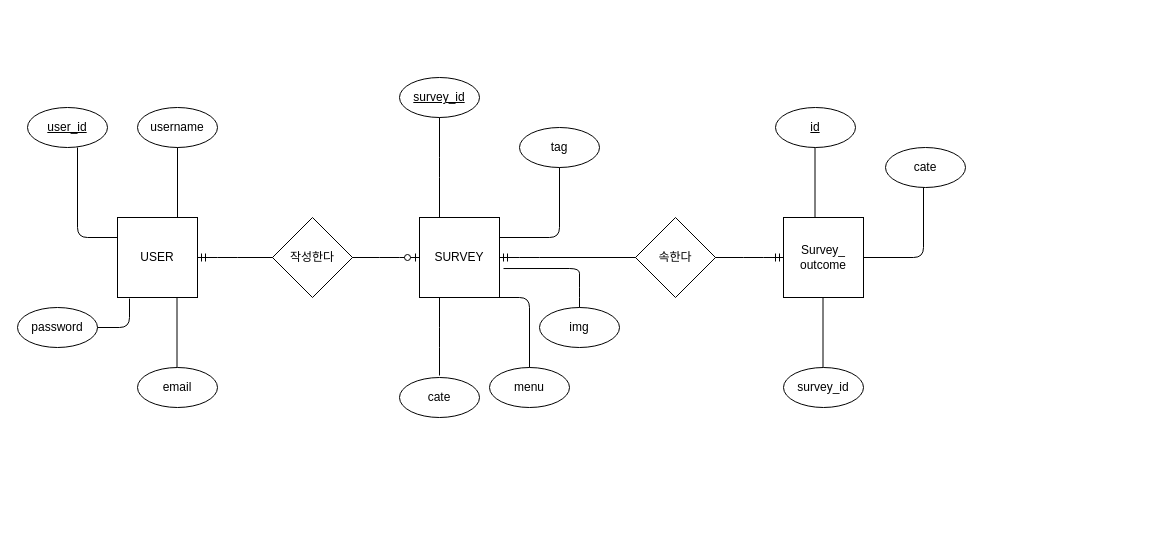
Before: Untitled Diagram.drawio in agfechoi/RSVP, a draw.io diagram. Source tidied: cells renumbered, new cells numbered last; positions are measured from the earlier drawing's top-left corner, leaving out a move shared by most shapes. Both pictures are drawn from the tidied source at 100%, with x=0, y=0 at pixel (17, 77).
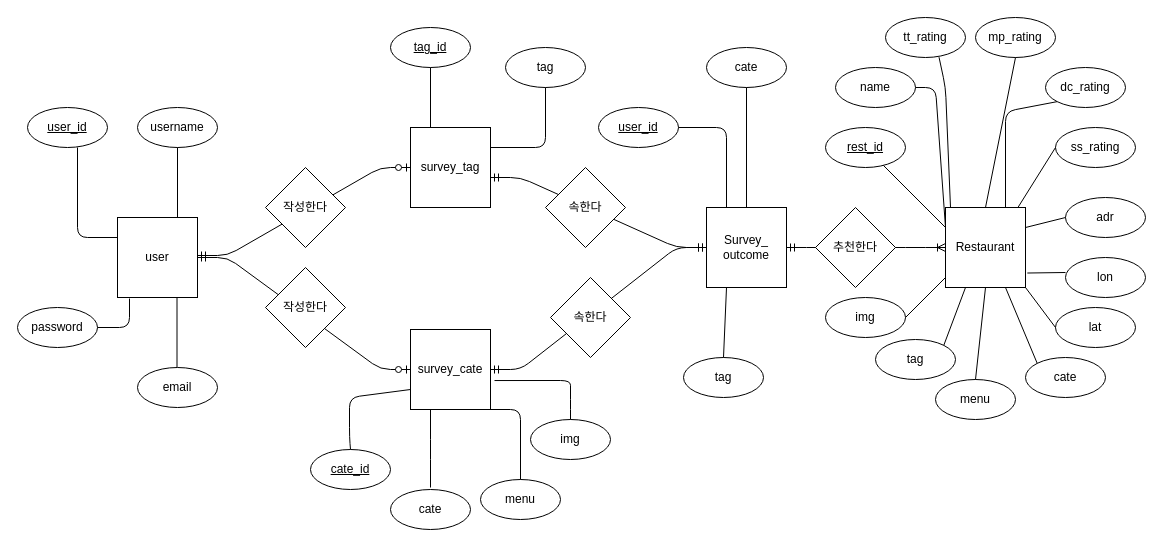
Above is the later version.

The edit, as a diff of the source:
```diff
@@
-    <mxCell id="2" value="USER" style="whiteSpace=wrap;html=1;" parent="1" vertex="1">
+    <mxCell id="2" value="user" style="whiteSpace=wrap;html=1;" parent="1" vertex="1">
       <mxGeometry x="100" y="140" width="80" height="80" as="geometry" />
     </mxCell>
-    <mxCell id="3" value="SURVEY" style="whiteSpace=wrap;html=1;" parent="1" vertex="1">
-      <mxGeometry x="402" y="140" width="80" height="80" as="geometry" />
+    <mxCell id="3" value="survey_cate" style="whiteSpace=wrap;html=1;" parent="1" vertex="1">
+      <mxGeometry x="393" y="252" width="80" height="80" as="geometry" />
     </mxCell>
-    <mxCell id="4" value="&lt;u&gt;survey_id&lt;/u&gt;" style="ellipse;whiteSpace=wrap;html=1;" parent="1" vertex="1">
-      <mxGeometry x="382" width="80" height="40" as="geometry" />
+    <mxCell id="4" value="&lt;u&gt;tag_id&lt;/u&gt;" style="ellipse;whiteSpace=wrap;html=1;" parent="1" vertex="1">
+      <mxGeometry x="373" y="-50" width="80" height="40" as="geometry" />
     </mxCell>
@@
     <mxCell id="13" value="tag" style="ellipse;whiteSpace=wrap;html=1;" parent="1" vertex="1">
-      <mxGeometry x="502" y="50" width="80" height="40" as="geometry" />
+      <mxGeometry x="488" y="-30" width="80" height="40" as="geometry" />
     </mxCell>
     <mxCell id="14" value="img" style="ellipse;whiteSpace=wrap;html=1;" parent="1" vertex="1">
-      <mxGeometry x="522" y="230" width="80" height="40" as="geometry" />
+      <mxGeometry x="513" y="342" width="80" height="40" as="geometry" />
     </mxCell>
     <mxCell id="15" value="cate" style="ellipse;whiteSpace=wrap;html=1;" parent="1" vertex="1">
-      <mxGeometry x="382" y="300" width="80" height="40" as="geometry" />
+      <mxGeometry x="373" y="412" width="80" height="40" as="geometry" />
     </mxCell>
     <mxCell id="16" value="menu" style="ellipse;whiteSpace=wrap;html=1;" parent="1" vertex="1">
-      <mxGeometry x="472" y="290" width="80" height="40" as="geometry" />
+      <mxGeometry x="463" y="402" width="80" height="40" as="geometry" />
     </mxCell>
-    <mxCell id="17" style="endArrow=none;html=1;entryX=0.5;entryY=1;entryDx=0;entryDy=0;exitX=0.25;exitY=0;exitDx=0;exitDy=0;" parent="1" edge="1" source="3" target="4">
+    <mxCell id="17" style="endArrow=none;html=1;entryX=0.5;entryY=1;entryDx=0;entryDy=0;" parent="1" edge="1" target="4">
       <mxGeometry relative="1" as="geometry">
+        <mxPoint x="413" y="60" as="sourcePoint" />
         <Array as="points">
-          <mxPoint x="422" y="90" />
+          <mxPoint x="413" y="80" />
         </Array>
       </mxGeometry>
     </mxCell>
-    <mxCell id="18" style="endArrow=none;html=1;entryX=0.5;entryY=1;entryDx=0;entryDy=0;" parent="1" edge="1" target="13">
+    <mxCell id="18" style="endArrow=none;html=1;entryX=0.5;entryY=1;entryDx=0;entryDy=0;exitX=1;exitY=0.25;exitDx=0;exitDy=0;" parent="1" edge="1" source="34" target="13">
       <mxGeometry relative="1" as="geometry">
-        <mxPoint x="482" y="160" as="sourcePoint" />
         <Array as="points">
-          <mxPoint x="542" y="160" />
+          <mxPoint x="528" y="70" />
         </Array>
       </mxGeometry>
     </mxCell>
     <mxCell id="19" style="endArrow=none;html=1;entryX=1.05;entryY=0.638;entryDx=0;entryDy=0;exitX=0.5;exitY=0;exitDx=0;exitDy=0;entryPerimeter=0;" parent="1" edge="1" source="14" target="3">
       <mxGeometry relative="1" as="geometry">
         <Array as="points">
-          <mxPoint x="562" y="210" />
-          <mxPoint x="562" y="191" />
+          <mxPoint x="553" y="322" />
+          <mxPoint x="553" y="303" />
         </Array>
       </mxGeometry>
     </mxCell>
     <mxCell id="20" style="endArrow=none;html=1;entryX=1;entryY=1;entryDx=0;entryDy=0;exitX=0.5;exitY=0;exitDx=0;exitDy=0;" parent="1" edge="1" source="16" target="3">
       <mxGeometry relative="1" as="geometry">
         <Array as="points">
-          <mxPoint x="512" y="220" />
+          <mxPoint x="503" y="332" />
         </Array>
       </mxGeometry>
     </mxCell>
     <mxCell id="21" style="endArrow=none;html=1;entryX=0.25;entryY=1;entryDx=0;entryDy=0;" parent="1" edge="1" target="3">
       <mxGeometry relative="1" as="geometry">
-        <mxPoint x="422" y="298" as="sourcePoint" />
+        <mxPoint x="413" y="410" as="sourcePoint" />
         <Array as="points">
-          <mxPoint x="422" y="260" />
+          <mxPoint x="413" y="372" />
         </Array>
       </mxGeometry>
     </mxCell>
@@
     <mxCell id="23" value="작성한다" style="rhombus;whiteSpace=wrap;html=1;strokeColor=#000000;" parent="1" vertex="1">
-      <mxGeometry x="255" y="140" width="80" height="80" as="geometry" />
+      <mxGeometry x="248" y="190" width="80" height="80" as="geometry" />
     </mxCell>
     <mxCell id="24" value="Survey_&lt;br&gt;outcome" style="whiteSpace=wrap;html=1;strokeColor=#000000;" parent="1" vertex="1">
-      <mxGeometry x="766" y="140" width="80" height="80" as="geometry" />
+      <mxGeometry x="689" y="130" width="80" height="80" as="geometry" />
     </mxCell>
@@
     <mxCell id="26" value="속한다" style="rhombus;whiteSpace=wrap;html=1;strokeColor=#000000;" parent="1" vertex="1">
-      <mxGeometry x="618" y="140" width="80" height="80" as="geometry" />
+      <mxGeometry x="533" y="200" width="80" height="80" as="geometry" />
     </mxCell>
-    <mxCell id="27" value="survey_id" style="ellipse;whiteSpace=wrap;html=1;" parent="1" vertex="1">
-      <mxGeometry x="766" y="290" width="80" height="40" as="geometry" />
+    <mxCell id="27" value="tag" style="ellipse;whiteSpace=wrap;html=1;" parent="1" vertex="1">
+      <mxGeometry x="666" y="280" width="80" height="40" as="geometry" />
     </mxCell>
     <mxCell id="28" value="cate" style="ellipse;whiteSpace=wrap;html=1;" parent="1" vertex="1">
-      <mxGeometry x="868" y="70" width="80" height="40" as="geometry" />
+      <mxGeometry x="689" y="-30" width="80" height="40" as="geometry" />
     </mxCell>
-    <mxCell id="29" value="&lt;u&gt;id&lt;/u&gt;" style="ellipse;whiteSpace=wrap;html=1;" parent="1" vertex="1">
-      <mxGeometry x="758" y="30" width="80" height="40" as="geometry" />
+    <mxCell id="29" value="&lt;u&gt;user_id&lt;/u&gt;" style="ellipse;whiteSpace=wrap;html=1;" parent="1" vertex="1">
+      <mxGeometry x="581" y="30" width="80" height="40" as="geometry" />
     </mxCell>
-    <mxCell id="30" style="endArrow=none;html=1;entryX=0.5;entryY=1;entryDx=0;entryDy=0;exitX=0.75;exitY=0;exitDx=0;exitDy=0;" parent="1" edge="1">
+    <mxCell id="30" style="endArrow=none;html=1;entryX=1;entryY=0.5;entryDx=0;entryDy=0;exitX=0.25;exitY=0;exitDx=0;exitDy=0;" parent="1" edge="1" source="24" target="29">
       <mxGeometry relative="1" as="geometry">
-        <mxPoint x="797.5" y="140" as="sourcePoint" />
-        <mxPoint x="797.5" y="70" as="targetPoint" />
+        <Array as="points">
+          <mxPoint x="709" y="50" />
+        </Array>
       </mxGeometry>
     </mxCell>
-    <mxCell id="31" style="endArrow=none;html=1;entryX=0.5;entryY=1;entryDx=0;entryDy=0;exitX=0.75;exitY=0;exitDx=0;exitDy=0;" parent="1" edge="1">
-      <mxGeometry relative="1" as="geometry">
-        <mxPoint x="805.5" y="290" as="sourcePoint" />
-        <mxPoint x="805.5" y="220" as="targetPoint" />
-      </mxGeometry>
-    </mxCell>
-    <mxCell id="32" style="endArrow=none;html=1;entryX=0.5;entryY=1;entryDx=0;entryDy=0;" parent="1" edge="1">
-      <mxGeometry relative="1" as="geometry">
-        <mxPoint x="846" y="180" as="sourcePoint" />
-        <mxPoint x="906" y="110" as="targetPoint" />
-        <Array as="points">
-          <mxPoint x="906" y="180" />
-        </Array>
-      </mxGeometry>
+    <mxCell id="32" style="endArrow=none;html=1;entryX=0.5;entryY=1;entryDx=0;entryDy=0;" parent="1" edge="1" source="24" target="28">
+      <mxGeometry relative="1" as="geometry" />
     </mxCell>
+    <mxCell id="33" style="edgeStyle=entityRelationEdgeStyle;fontSize=12;html=1;endArrow=ERzeroToOne;startArrow=ERmandOne;exitX=1;exitY=0.5;exitDx=0;exitDy=0;" parent="1" edge="1">
+      <mxGeometry relative="1" as="geometry">
+        <mxPoint x="180" y="178" as="sourcePoint" />
+        <mxPoint x="393" y="90" as="targetPoint" />
+      </mxGeometry>
+    </mxCell>
+    <mxCell id="34" value="survey_tag" style="whiteSpace=wrap;html=1;" parent="1" vertex="1">
+      <mxGeometry x="393" y="50" width="80" height="80" as="geometry" />
+    </mxCell>
+    <mxCell id="35" style="endArrow=none;html=1;entryX=0.25;entryY=1;entryDx=0;entryDy=0;exitX=0.5;exitY=0;exitDx=0;exitDy=0;" parent="1" edge="1" source="27" target="24">
+      <mxGeometry relative="1" as="geometry" />
+    </mxCell>
+    <mxCell id="36" style="edgeStyle=entityRelationEdgeStyle;fontSize=12;html=1;endArrow=ERmandOne;startArrow=ERmandOne;" parent="1" edge="1" target="24">
+      <mxGeometry relative="1" as="geometry">
+        <mxPoint x="473" y="100" as="sourcePoint" />
+      </mxGeometry>
+    </mxCell>
+    <mxCell id="37" value="속한다" style="rhombus;whiteSpace=wrap;html=1;strokeColor=#000000;" parent="1" vertex="1">
+      <mxGeometry x="528" y="90" width="80" height="80" as="geometry" />
+    </mxCell>
+    <mxCell id="38" value="작성한다" style="rhombus;whiteSpace=wrap;html=1;strokeColor=#000000;" parent="1" vertex="1">
+      <mxGeometry x="248" y="90" width="80" height="80" as="geometry" />
+    </mxCell>
+    <mxCell id="39" value="Restaurant" style="whiteSpace=wrap;html=1;strokeColor=#000000;" parent="1" vertex="1">
+      <mxGeometry x="928" y="130" width="80" height="80" as="geometry" />
+    </mxCell>
+    <mxCell id="40" value="&lt;u&gt;cate_id&lt;/u&gt;" style="ellipse;whiteSpace=wrap;html=1;" parent="1" vertex="1">
+      <mxGeometry x="293" y="372" width="80" height="40" as="geometry" />
+    </mxCell>
+    <mxCell id="41" style="endArrow=none;html=1;exitX=0.5;exitY=0;exitDx=0;exitDy=0;entryX=0;entryY=0.75;entryDx=0;entryDy=0;" parent="1" edge="1" source="40" target="3">
+      <mxGeometry relative="1" as="geometry">
+        <Array as="points">
+          <mxPoint x="332" y="360" />
+          <mxPoint x="332" y="320" />
+        </Array>
+      </mxGeometry>
+    </mxCell>
+    <mxCell id="42" style="edgeStyle=entityRelationEdgeStyle;fontSize=12;html=1;endArrow=ERoneToMany;startArrow=ERmandOne;entryX=0;entryY=0.5;entryDx=0;entryDy=0;exitX=1;exitY=0.5;exitDx=0;exitDy=0;" parent="1" edge="1" source="24" target="39">
+      <mxGeometry relative="1" as="geometry" />
+    </mxCell>
+    <mxCell id="43" value="name" style="ellipse;whiteSpace=wrap;html=1;" parent="1" vertex="1">
+      <mxGeometry x="818" y="-10" width="80" height="40" as="geometry" />
+    </mxCell>
+    <mxCell id="44" value="mp_rating" style="ellipse;whiteSpace=wrap;html=1;" parent="1" vertex="1">
+      <mxGeometry x="958" y="-60" width="80" height="40" as="geometry" />
+    </mxCell>
+    <mxCell id="45" value="tt_rating" style="ellipse;whiteSpace=wrap;html=1;" parent="1" vertex="1">
+      <mxGeometry x="868" y="-60" width="80" height="40" as="geometry" />
+    </mxCell>
+    <mxCell id="46" value="dc_rating" style="ellipse;whiteSpace=wrap;html=1;" parent="1" vertex="1">
+      <mxGeometry x="1028" y="-10" width="80" height="40" as="geometry" />
+    </mxCell>
+    <mxCell id="47" value="ss_rating" style="ellipse;whiteSpace=wrap;html=1;" parent="1" vertex="1">
+      <mxGeometry x="1038" y="50" width="80" height="40" as="geometry" />
+    </mxCell>
+    <mxCell id="48" value="tag" style="ellipse;whiteSpace=wrap;html=1;" parent="1" vertex="1">
+      <mxGeometry x="858" y="262" width="80" height="40" as="geometry" />
+    </mxCell>
+    <mxCell id="49" value="lat" style="ellipse;whiteSpace=wrap;html=1;" parent="1" vertex="1">
+      <mxGeometry x="1038" y="230" width="80" height="40" as="geometry" />
+    </mxCell>
+    <mxCell id="50" value="lon" style="ellipse;whiteSpace=wrap;html=1;" parent="1" vertex="1">
+      <mxGeometry x="1048" y="180" width="80" height="40" as="geometry" />
+    </mxCell>
+    <mxCell id="51" value="adr" style="ellipse;whiteSpace=wrap;html=1;" parent="1" vertex="1">
+      <mxGeometry x="1048" y="120" width="80" height="40" as="geometry" />
+    </mxCell>
+    <mxCell id="52" value="cate" style="ellipse;whiteSpace=wrap;html=1;" parent="1" vertex="1">
+      <mxGeometry x="1008" y="280" width="80" height="40" as="geometry" />
+    </mxCell>
+    <mxCell id="53" value="menu" style="ellipse;whiteSpace=wrap;html=1;" parent="1" vertex="1">
+      <mxGeometry x="918" y="302" width="80" height="40" as="geometry" />
+    </mxCell>
+    <mxCell id="54" value="img" style="ellipse;whiteSpace=wrap;html=1;" parent="1" vertex="1">
+      <mxGeometry x="808" y="220" width="80" height="40" as="geometry" />
+    </mxCell>
+    <mxCell id="55" style="endArrow=none;html=1;exitX=0;exitY=0.25;exitDx=0;exitDy=0;entryX=1;entryY=0.5;entryDx=0;entryDy=0;" parent="1" edge="1" source="39" target="43">
+      <mxGeometry relative="1" as="geometry">
+        <Array as="points">
+          <mxPoint x="918" y="10" />
+        </Array>
+      </mxGeometry>
+    </mxCell>
+    <mxCell id="56" style="endArrow=none;html=1;entryX=0.669;entryY=0.992;entryDx=0;entryDy=0;entryPerimeter=0;" parent="1" edge="1" target="45">
+      <mxGeometry relative="1" as="geometry">
+        <mxPoint x="933" y="130" as="sourcePoint" />
+        <Array as="points">
+          <mxPoint x="928" y="10" />
+        </Array>
+      </mxGeometry>
+    </mxCell>
+    <mxCell id="57" style="endArrow=none;html=1;entryX=0.5;entryY=1;entryDx=0;entryDy=0;exitX=0.5;exitY=0;exitDx=0;exitDy=0;" parent="1" edge="1" source="39" target="44">
+      <mxGeometry relative="1" as="geometry" />
+    </mxCell>
+    <mxCell id="58" style="endArrow=none;html=1;entryX=0;entryY=1;entryDx=0;entryDy=0;exitX=0.75;exitY=0;exitDx=0;exitDy=0;" parent="1" edge="1" source="39" target="46">
+      <mxGeometry relative="1" as="geometry">
+        <Array as="points">
+          <mxPoint x="988" y="34" />
+        </Array>
+      </mxGeometry>
+    </mxCell>
+    <mxCell id="59" style="endArrow=none;html=1;exitX=0.908;exitY=-0.004;exitDx=0;exitDy=0;exitPerimeter=0;" parent="1" edge="1" source="39">
+      <mxGeometry relative="1" as="geometry">
+        <mxPoint x="1038" y="70" as="targetPoint" />
+      </mxGeometry>
+    </mxCell>
+    <mxCell id="60" style="endArrow=none;html=1;exitX=1;exitY=0.25;exitDx=0;exitDy=0;entryX=0;entryY=0.5;entryDx=0;entryDy=0;" parent="1" edge="1" source="39" target="51">
+      <mxGeometry relative="1" as="geometry" />
+    </mxCell>
+    <mxCell id="61" style="endArrow=none;html=1;exitX=1;exitY=1;exitDx=0;exitDy=0;entryX=0;entryY=0.5;entryDx=0;entryDy=0;" parent="1" edge="1" source="39" target="49">
+      <mxGeometry relative="1" as="geometry" />
+    </mxCell>
+    <mxCell id="62" style="endArrow=none;html=1;exitX=1.023;exitY=0.819;exitDx=0;exitDy=0;exitPerimeter=0;" parent="1" edge="1" source="39">
+      <mxGeometry relative="1" as="geometry">
+        <mxPoint x="1048" y="195" as="targetPoint" />
+      </mxGeometry>
+    </mxCell>
+    <mxCell id="63" style="endArrow=none;html=1;exitX=0;exitY=0;exitDx=0;exitDy=0;entryX=0.75;entryY=1;entryDx=0;entryDy=0;" parent="1" edge="1" source="52" target="39">
+      <mxGeometry relative="1" as="geometry" />
+    </mxCell>
+    <mxCell id="64" style="endArrow=none;html=1;entryX=0.5;entryY=1;entryDx=0;entryDy=0;exitX=0.5;exitY=0;exitDx=0;exitDy=0;" parent="1" edge="1" source="53" target="39">
+      <mxGeometry relative="1" as="geometry" />
+    </mxCell>
+    <mxCell id="65" style="endArrow=none;html=1;entryX=0.25;entryY=1;entryDx=0;entryDy=0;exitX=1;exitY=0;exitDx=0;exitDy=0;" parent="1" edge="1" source="48" target="39">
+      <mxGeometry relative="1" as="geometry" />
+    </mxCell>
+    <mxCell id="66" style="endArrow=none;html=1;entryX=0;entryY=0.875;entryDx=0;entryDy=0;exitX=1;exitY=0.5;exitDx=0;exitDy=0;entryPerimeter=0;" parent="1" edge="1" source="54" target="39">
+      <mxGeometry relative="1" as="geometry" />
+    </mxCell>
+    <mxCell id="67" value="추천한다" style="rhombus;whiteSpace=wrap;html=1;strokeColor=#000000;" parent="1" vertex="1">
+      <mxGeometry x="798" y="130" width="80" height="80" as="geometry" />
+    </mxCell>
+    <mxCell id="68" value="&lt;u&gt;rest_id&lt;/u&gt;" style="ellipse;whiteSpace=wrap;html=1;" parent="1" vertex="1">
+      <mxGeometry x="808" y="50" width="80" height="40" as="geometry" />
+    </mxCell>
+    <mxCell id="69" style="endArrow=none;html=1;exitX=0;exitY=0.25;exitDx=0;exitDy=0;" parent="1" edge="1" source="39" target="68">
+      <mxGeometry relative="1" as="geometry" />
+    </mxCell>
```
